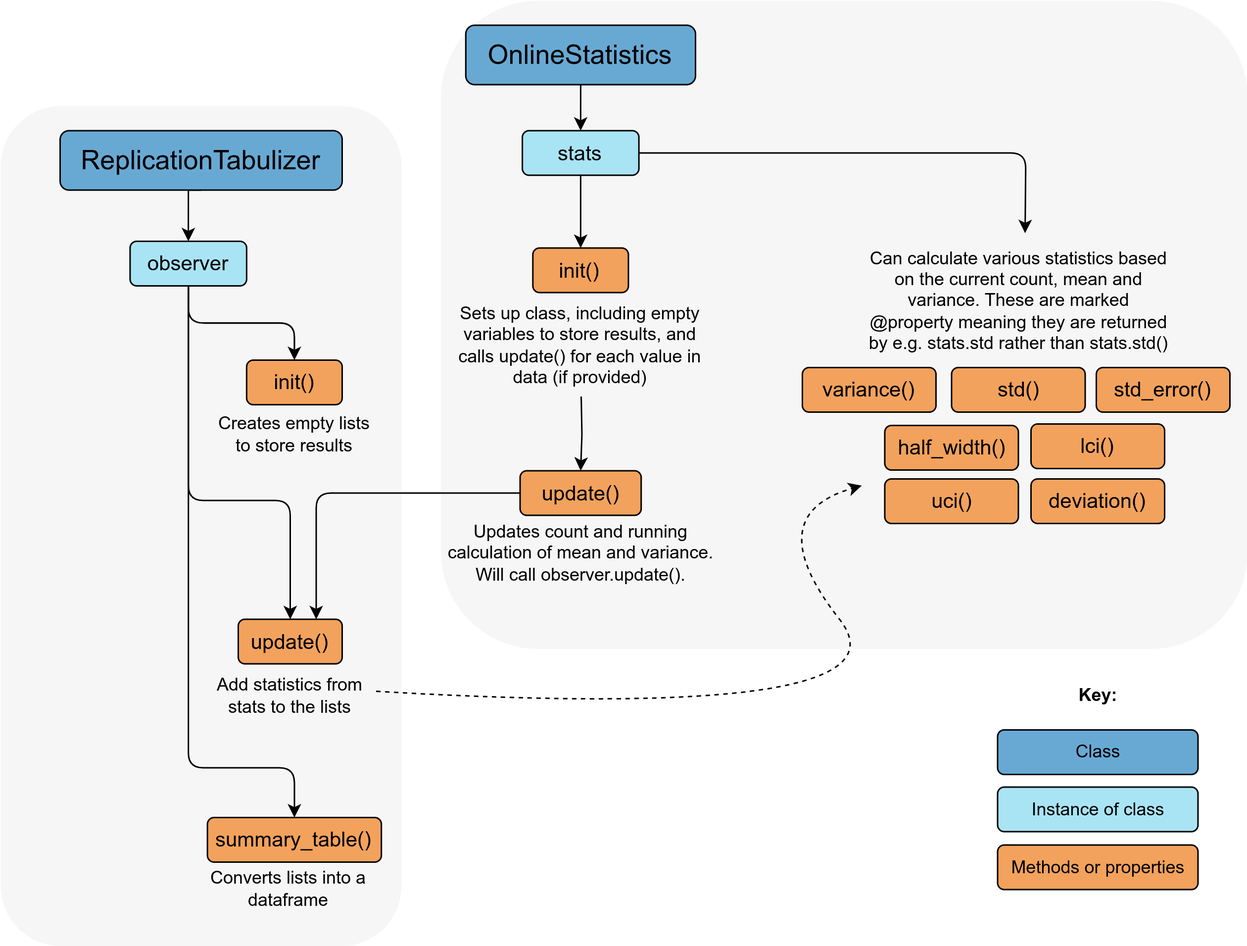
The draw.io diagram images/replications_statistics.png in pythonhealthdatascience/pydesrap_mms, before a commit. Source tidied: cells renumbered, new cells last; positions are measured from the earlier drawing's top-left corner, leaving out a move shared by most shapes. The source it was exported from:
```xml
<mxGraphModel>
  <root>
    <mxCell id="0" />
    <mxCell id="1" parent="0" />
    <mxCell id="2" style="rounded=1;whiteSpace=wrap;html=1;strokeColor=none;fillColor=#EEEEEE;fontStyle=1;opacity=50;" parent="1" vertex="1">
      <mxGeometry x="296.5" width="543.5" height="436.5" as="geometry" />
    </mxCell>
    <mxCell id="3" style="rounded=1;whiteSpace=wrap;html=1;strokeColor=none;fillColor=#EEEEEE;fontStyle=1;opacity=50;" parent="1" vertex="1">
      <mxGeometry y="71" width="270" height="565.5" as="geometry" />
    </mxCell>
    <mxCell id="4" style="edgeStyle=orthogonalEdgeStyle;rounded=0;jettySize=auto;html=1;exitX=0.5;exitY=1;exitDx=0;exitDy=0;entryX=0.5;entryY=0;entryDx=0;entryDy=0;" parent="1" edge="1" source="5" target="16">
      <mxGeometry relative="1" as="geometry" />
    </mxCell>
    <mxCell id="5" value="&lt;font style=&quot;font-size: 18px;&quot;&gt;OnlineStatistics&lt;/font&gt;" style="rounded=1;whiteSpace=wrap;html=1;fillColor=#68A9D4;" parent="1" vertex="1">
      <mxGeometry x="313.3" y="16.5" width="154.8" height="40" as="geometry" />
    </mxCell>
    <mxCell id="6" value="Key:" style="text;html=1;align=center;verticalAlign=middle;whiteSpace=wrap;rounded=1;fontStyle=1;" parent="1" vertex="1">
      <mxGeometry x="716.5" y="455.5" width="45" height="25" as="geometry" />
    </mxCell>
    <mxCell id="7" value="Methods or properties" style="rounded=1;whiteSpace=wrap;html=1;fillColor=#F2A25C;" parent="1" vertex="1">
      <mxGeometry x="671.5" y="568.5" width="135" height="30" as="geometry" />
    </mxCell>
    <mxCell id="8" value="Instance of class" style="rounded=1;whiteSpace=wrap;html=1;fillColor=#A9E4F5;" parent="1" vertex="1">
      <mxGeometry x="671.5" y="529.5" width="135" height="30" as="geometry" />
    </mxCell>
    <mxCell id="9" value="Class" style="rounded=1;whiteSpace=wrap;html=1;fillColor=#68A9D4;" parent="1" vertex="1">
      <mxGeometry x="671.5" y="491" width="135" height="30" as="geometry" />
    </mxCell>
    <mxCell id="10" style="curved=1;endArrow=classic;html=1;rounded=1;dashed=1;exitX=1;exitY=0;exitDx=0;exitDy=0;" parent="1" edge="1">
      <mxGeometry relative="1" as="geometry">
        <mxPoint x="252.8" y="465" as="sourcePoint" />
        <mxPoint x="580" y="326.5" as="targetPoint" />
        <Array as="points">
          <mxPoint x="620" y="486.5" />
          <mxPoint x="510" y="346.5" />
        </Array>
      </mxGeometry>
    </mxCell>
    <mxCell id="11" value="&lt;font style=&quot;font-size: 14px;&quot;&gt;init()&lt;/font&gt;" style="rounded=1;whiteSpace=wrap;html=1;fillColor=#F2A25C;" parent="1" vertex="1">
      <mxGeometry x="358.4" y="166.5" width="64.4" height="30" as="geometry" />
    </mxCell>
    <mxCell id="12" style="edgeStyle=orthogonalEdgeStyle;rounded=1;jettySize=auto;html=1;exitX=0;exitY=0.5;exitDx=0;exitDy=0;entryX=0.75;entryY=0;entryDx=0;entryDy=0;curved=0;" parent="1" edge="1" source="13" target="36">
      <mxGeometry relative="1" as="geometry" />
    </mxCell>
    <mxCell id="13" value="&lt;font style=&quot;font-size: 14px;&quot;&gt;update()&lt;/font&gt;" style="rounded=1;whiteSpace=wrap;html=1;fillColor=#F2A25C;" parent="1" vertex="1">
      <mxGeometry x="349.9" y="316.5" width="81.6" height="30" as="geometry" />
    </mxCell>
    <mxCell id="14" style="edgeStyle=orthogonalEdgeStyle;rounded=0;jettySize=auto;html=1;exitX=0.5;exitY=1;exitDx=0;exitDy=0;entryX=0.5;entryY=0;entryDx=0;entryDy=0;" parent="1" edge="1" source="16" target="11">
      <mxGeometry relative="1" as="geometry" />
    </mxCell>
    <mxCell id="15" style="edgeStyle=orthogonalEdgeStyle;rounded=1;jettySize=auto;html=1;exitX=1;exitY=0.5;exitDx=0;exitDy=0;curved=0;" parent="1" edge="1" source="16">
      <mxGeometry relative="1" as="geometry">
        <mxPoint x="690" y="156.5" as="targetPoint" />
      </mxGeometry>
    </mxCell>
    <mxCell id="16" value="&lt;font style=&quot;font-size: 14px;&quot;&gt;stats&lt;/font&gt;" style="rounded=1;whiteSpace=wrap;html=1;fillColor=#A9E4F5;" parent="1" vertex="1">
      <mxGeometry x="351.4" y="87.5" width="78.5" height="30" as="geometry" />
    </mxCell>
    <mxCell id="17" style="edgeStyle=orthogonalEdgeStyle;rounded=0;jettySize=auto;html=1;entryX=0.5;entryY=0;entryDx=0;entryDy=0;" parent="1" edge="1" target="13">
      <mxGeometry relative="1" as="geometry">
        <mxPoint x="391" y="266.5" as="sourcePoint" />
      </mxGeometry>
    </mxCell>
    <mxCell id="18" value="Sets up class, including empty variables to store results, and calls update() for each value in data (if provided)" style="text;html=1;align=center;verticalAlign=middle;whiteSpace=wrap;rounded=1;" parent="1" vertex="1">
      <mxGeometry x="303.1" y="211.5" width="175" height="40" as="geometry" />
    </mxCell>
    <mxCell id="19" value="Updates count and running calculation of mean and variance.&lt;div&gt;Will call observer.update().&lt;/div&gt;" style="text;html=1;align=center;verticalAlign=middle;whiteSpace=wrap;rounded=1;" parent="1" vertex="1">
      <mxGeometry x="296.5" y="346.5" width="188.2" height="50" as="geometry" />
    </mxCell>
    <mxCell id="20" value="&lt;span style=&quot;font-size: 14px;&quot;&gt;variance()&lt;/span&gt;" style="rounded=1;whiteSpace=wrap;html=1;fillColor=#F2A25C;" parent="1" vertex="1">
      <mxGeometry x="540" y="247" width="90" height="30" as="geometry" />
    </mxCell>
    <mxCell id="21" value="&lt;span style=&quot;font-size: 14px;&quot;&gt;std()&lt;/span&gt;" style="rounded=1;whiteSpace=wrap;html=1;fillColor=#F2A25C;" parent="1" vertex="1">
      <mxGeometry x="640.5" y="247" width="90" height="30" as="geometry" />
    </mxCell>
    <mxCell id="22" value="&lt;span style=&quot;font-size: 14px;&quot;&gt;std_error()&lt;/span&gt;" style="rounded=1;whiteSpace=wrap;html=1;fillColor=#F2A25C;" parent="1" vertex="1">
      <mxGeometry x="738" y="247" width="90" height="30" as="geometry" />
    </mxCell>
    <mxCell id="23" value="&lt;span style=&quot;font-size: 14px;&quot;&gt;half_width()&lt;/span&gt;" style="rounded=1;whiteSpace=wrap;html=1;fillColor=#F2A25C;" parent="1" vertex="1">
      <mxGeometry x="595.5" y="286" width="90" height="30" as="geometry" />
    </mxCell>
    <mxCell id="24" value="&lt;span style=&quot;font-size: 14px;&quot;&gt;lci()&lt;/span&gt;" style="rounded=1;whiteSpace=wrap;html=1;fillColor=#F2A25C;" parent="1" vertex="1">
      <mxGeometry x="694" y="285" width="90" height="30" as="geometry" />
    </mxCell>
    <mxCell id="25" value="&lt;span style=&quot;font-size: 14px;&quot;&gt;uci()&lt;/span&gt;" style="rounded=1;whiteSpace=wrap;html=1;fillColor=#F2A25C;" parent="1" vertex="1">
      <mxGeometry x="595.5" y="322" width="90" height="30" as="geometry" />
    </mxCell>
    <mxCell id="26" value="&lt;span style=&quot;font-size: 14px;&quot;&gt;deviation()&lt;/span&gt;" style="rounded=1;whiteSpace=wrap;html=1;fillColor=#F2A25C;" parent="1" vertex="1">
      <mxGeometry x="694" y="322" width="90" height="30" as="geometry" />
    </mxCell>
    <mxCell id="27" value="Can calculate various statistics based on the current count, mean and variance. These are marked @property meaning they are returned by e.g. stats.std rather than stats.std()" style="text;html=1;align=center;verticalAlign=middle;whiteSpace=wrap;rounded=1;" parent="1" vertex="1">
      <mxGeometry x="580.5" y="177" width="210" height="50" as="geometry" />
    </mxCell>
    <mxCell id="28" style="edgeStyle=orthogonalEdgeStyle;rounded=0;jettySize=auto;html=1;exitX=0.5;exitY=1;exitDx=0;exitDy=0;entryX=0.5;entryY=0;entryDx=0;entryDy=0;" parent="1" edge="1" source="29" target="33">
      <mxGeometry relative="1" as="geometry" />
    </mxCell>
    <mxCell id="29" value="&lt;font style=&quot;font-size: 18px;&quot;&gt;ReplicationTabulizer&lt;/font&gt;" style="rounded=1;whiteSpace=wrap;html=1;fillColor=#68A9D4;" parent="1" vertex="1">
      <mxGeometry x="40" y="87.5" width="190" height="40" as="geometry" />
    </mxCell>
    <mxCell id="30" style="edgeStyle=orthogonalEdgeStyle;shape=connector;curved=0;rounded=1;jettySize=auto;html=1;exitX=0.5;exitY=1;exitDx=0;exitDy=0;entryX=0.5;entryY=0;entryDx=0;entryDy=0;strokeColor=default;align=center;verticalAlign=middle;fontFamily=Helvetica;fontSize=11;fontColor=default;labelBackgroundColor=default;endArrow=classic;" parent="1" edge="1" source="33" target="34">
      <mxGeometry relative="1" as="geometry" />
    </mxCell>
    <mxCell id="31" style="edgeStyle=orthogonalEdgeStyle;shape=connector;curved=0;rounded=1;jettySize=auto;html=1;exitX=0.5;exitY=1;exitDx=0;exitDy=0;entryX=0.5;entryY=0;entryDx=0;entryDy=0;strokeColor=default;align=center;verticalAlign=middle;fontFamily=Helvetica;fontSize=11;fontColor=default;labelBackgroundColor=default;endArrow=classic;" parent="1" edge="1" source="33" target="36">
      <mxGeometry relative="1" as="geometry">
        <Array as="points">
          <mxPoint x="126" y="336.5" />
          <mxPoint x="195" y="336.5" />
        </Array>
      </mxGeometry>
    </mxCell>
    <mxCell id="32" style="edgeStyle=orthogonalEdgeStyle;shape=connector;curved=0;rounded=1;jettySize=auto;html=1;exitX=0.5;exitY=1;exitDx=0;exitDy=0;entryX=0.5;entryY=0;entryDx=0;entryDy=0;strokeColor=default;align=center;verticalAlign=middle;fontFamily=Helvetica;fontSize=11;fontColor=default;labelBackgroundColor=default;endArrow=classic;" parent="1" edge="1" source="33" target="38">
      <mxGeometry relative="1" as="geometry">
        <Array as="points">
          <mxPoint x="126" y="516.5" />
          <mxPoint x="198" y="516.5" />
        </Array>
      </mxGeometry>
    </mxCell>
    <mxCell id="33" value="&lt;font style=&quot;font-size: 14px;&quot;&gt;observer&lt;/font&gt;" style="rounded=1;whiteSpace=wrap;html=1;fillColor=#A9E4F5;" parent="1" vertex="1">
      <mxGeometry x="87.1" y="162" width="78.5" height="30" as="geometry" />
    </mxCell>
    <mxCell id="34" value="&lt;font style=&quot;font-size: 14px;&quot;&gt;init()&lt;/font&gt;" style="rounded=1;whiteSpace=wrap;html=1;fillColor=#F2A25C;" parent="1" vertex="1">
      <mxGeometry x="165.6" y="242" width="64.4" height="30" as="geometry" />
    </mxCell>
    <mxCell id="35" value="Creates empty lists to store results" style="text;html=1;align=center;verticalAlign=middle;whiteSpace=wrap;rounded=1;" parent="1" vertex="1">
      <mxGeometry x="142.8" y="272" width="110" height="40" as="geometry" />
    </mxCell>
    <mxCell id="36" value="&lt;font style=&quot;font-size: 14px;&quot;&gt;update()&lt;/font&gt;" style="rounded=1;whiteSpace=wrap;html=1;fillColor=#F2A25C;" parent="1" vertex="1">
      <mxGeometry x="160" y="416.5" width="70" height="30" as="geometry" />
    </mxCell>
    <mxCell id="37" value="Add statistics from stats to the lists" style="text;html=1;align=center;verticalAlign=middle;whiteSpace=wrap;rounded=1;" parent="1" vertex="1">
      <mxGeometry x="140" y="448" width="110" height="40" as="geometry" />
    </mxCell>
    <mxCell id="38" value="&lt;font style=&quot;font-size: 14px;&quot;&gt;summary_table()&lt;/font&gt;" style="rounded=1;whiteSpace=wrap;html=1;fillColor=#F2A25C;" parent="1" vertex="1">
      <mxGeometry x="139.2" y="550" width="117.2" height="30" as="geometry" />
    </mxCell>
    <mxCell id="39" value="Converts lists into a dataframe" style="text;html=1;align=center;verticalAlign=middle;whiteSpace=wrap;rounded=1;" parent="1" vertex="1">
      <mxGeometry x="139.2" y="577" width="110" height="41.5" as="geometry" />
    </mxCell>
  </root>
</mxGraphModel>
```
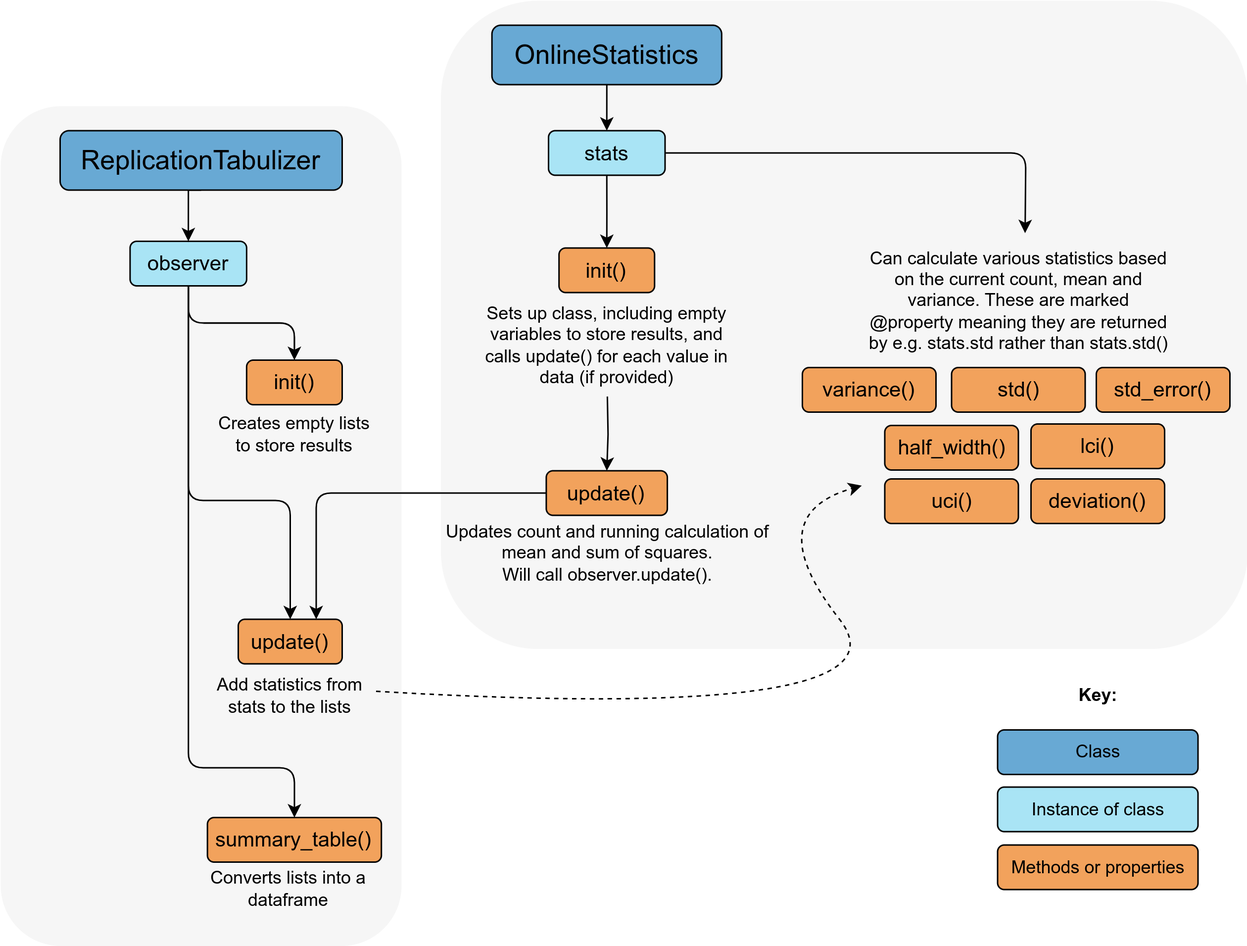
The same diagram one commit later.

What changed in the source:
```diff
@@ -12,7 +12,7 @@
       <mxGeometry relative="1" as="geometry" />
     </mxCell>
     <mxCell id="5" value="&lt;font style=&quot;font-size: 18px;&quot;&gt;OnlineStatistics&lt;/font&gt;" style="rounded=1;whiteSpace=wrap;html=1;fillColor=#68A9D4;" parent="1" vertex="1">
-      <mxGeometry x="313.3" y="16.5" width="154.8" height="40" as="geometry" />
+      <mxGeometry x="330.9" y="16.5" width="154.8" height="40" as="geometry" />
     </mxCell>
     <mxCell id="6" value="Key:" style="text;html=1;align=center;verticalAlign=middle;whiteSpace=wrap;rounded=1;fontStyle=1;" parent="1" vertex="1">
       <mxGeometry x="716.5" y="455.5" width="45" height="25" as="geometry" />
@@ -37,13 +37,13 @@
       </mxGeometry>
     </mxCell>
     <mxCell id="11" value="&lt;font style=&quot;font-size: 14px;&quot;&gt;init()&lt;/font&gt;" style="rounded=1;whiteSpace=wrap;html=1;fillColor=#F2A25C;" parent="1" vertex="1">
-      <mxGeometry x="358.4" y="166.5" width="64.4" height="30" as="geometry" />
+      <mxGeometry x="376.1" y="166.5" width="64.4" height="30" as="geometry" />
     </mxCell>
     <mxCell id="12" style="edgeStyle=orthogonalEdgeStyle;rounded=1;jettySize=auto;html=1;exitX=0;exitY=0.5;exitDx=0;exitDy=0;entryX=0.75;entryY=0;entryDx=0;entryDy=0;curved=0;" parent="1" edge="1" source="13" target="36">
       <mxGeometry relative="1" as="geometry" />
     </mxCell>
     <mxCell id="13" value="&lt;font style=&quot;font-size: 14px;&quot;&gt;update()&lt;/font&gt;" style="rounded=1;whiteSpace=wrap;html=1;fillColor=#F2A25C;" parent="1" vertex="1">
-      <mxGeometry x="349.9" y="316.5" width="81.6" height="30" as="geometry" />
+      <mxGeometry x="367.5" y="316.5" width="81.6" height="30" as="geometry" />
     </mxCell>
     <mxCell id="14" style="edgeStyle=orthogonalEdgeStyle;rounded=0;jettySize=auto;html=1;exitX=0.5;exitY=1;exitDx=0;exitDy=0;entryX=0.5;entryY=0;entryDx=0;entryDy=0;" parent="1" edge="1" source="16" target="11">
       <mxGeometry relative="1" as="geometry" />
@@ -54,18 +54,18 @@
       </mxGeometry>
     </mxCell>
     <mxCell id="16" value="&lt;font style=&quot;font-size: 14px;&quot;&gt;stats&lt;/font&gt;" style="rounded=1;whiteSpace=wrap;html=1;fillColor=#A9E4F5;" parent="1" vertex="1">
-      <mxGeometry x="351.4" y="87.5" width="78.5" height="30" as="geometry" />
+      <mxGeometry x="369" y="87.5" width="78.5" height="30" as="geometry" />
     </mxCell>
     <mxCell id="17" style="edgeStyle=orthogonalEdgeStyle;rounded=0;jettySize=auto;html=1;entryX=0.5;entryY=0;entryDx=0;entryDy=0;" parent="1" edge="1" target="13">
       <mxGeometry relative="1" as="geometry">
-        <mxPoint x="391" y="266.5" as="sourcePoint" />
+        <mxPoint x="408.6" y="266.5" as="sourcePoint" />
       </mxGeometry>
     </mxCell>
     <mxCell id="18" value="Sets up class, including empty variables to store results, and calls update() for each value in data (if provided)" style="text;html=1;align=center;verticalAlign=middle;whiteSpace=wrap;rounded=1;" parent="1" vertex="1">
-      <mxGeometry x="303.1" y="211.5" width="175" height="40" as="geometry" />
+      <mxGeometry x="320.8" y="211.5" width="175" height="40" as="geometry" />
     </mxCell>
-    <mxCell id="19" value="Updates count and running calculation of mean and variance.&lt;div&gt;Will call observer.update().&lt;/div&gt;" style="text;html=1;align=center;verticalAlign=middle;whiteSpace=wrap;rounded=1;" parent="1" vertex="1">
-      <mxGeometry x="296.5" y="346.5" width="188.2" height="50" as="geometry" />
+    <mxCell id="19" value="Updates count and running calculation of mean and sum of squares.&lt;div&gt;Will call observer.update().&lt;/div&gt;" style="text;html=1;align=center;verticalAlign=middle;whiteSpace=wrap;rounded=1;" parent="1" vertex="1">
+      <mxGeometry x="296.5" y="346.5" width="223.5" height="50" as="geometry" />
     </mxCell>
     <mxCell id="20" value="&lt;span style=&quot;font-size: 14px;&quot;&gt;variance()&lt;/span&gt;" style="rounded=1;whiteSpace=wrap;html=1;fillColor=#F2A25C;" parent="1" vertex="1">
       <mxGeometry x="540" y="247" width="90" height="30" as="geometry" />
```
